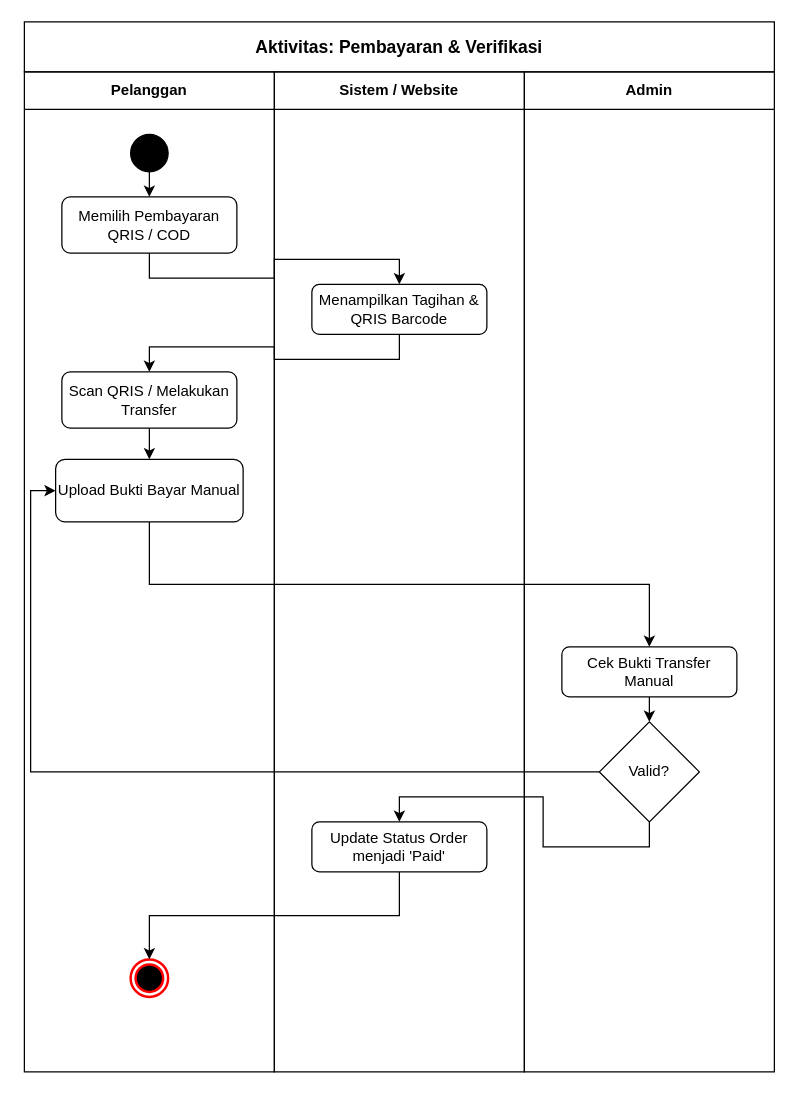
This is page "Activity: Pembayaran" (5 of 9) of diagram-macha/Macha_Diagrams.drawio from FikriBintangx/Macha, a draw.io file, before an edit. Source tidied: cells renumbered, new cells numbered last; positions are measured from the earlier drawing's top-left corner, leaving out a move shared by most shapes. Both pictures are drawn from the tidied source at 125%, with x=0, y=0 at pixel (24, 21).
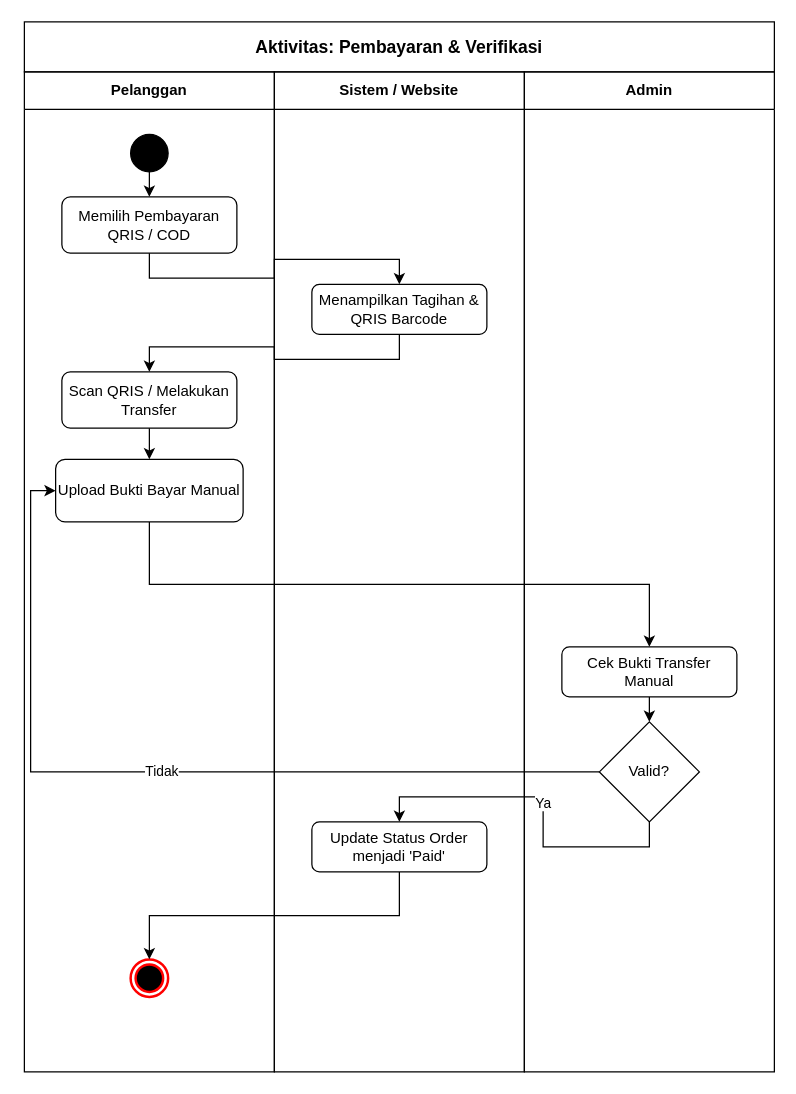
The same page after the edit.

Unchanged cells that the change refers to:
```xml
<mxCell id="9" value="Upload Bukti Bayar Manual" style="rounded=1;whiteSpace=wrap;html=1;strokeColor=light-dark(#000000, #ffffff);fillColor=none;fontColor=light-dark(#000000, #ffffff);" parent="3" vertex="1">
  <mxGeometry x="25" y="310" width="150" height="50" as="geometry" />
</mxCell>
<mxCell id="12" value="Update Status Order menjadi 'Paid'" style="rounded=1;whiteSpace=wrap;html=1;strokeColor=light-dark(#000000, #ffffff);fillColor=none;fontColor=light-dark(#000000, #ffffff);" parent="4" vertex="1">
  <mxGeometry x="30" y="600" width="140" height="40" as="geometry" />
</mxCell>
<mxCell id="14" value="Valid?" style="rhombus;whiteSpace=wrap;html=1;strokeColor=light-dark(#000000, #ffffff);fillColor=none;fontColor=light-dark(#000000, #ffffff);" parent="5" vertex="1">
  <mxGeometry x="60" y="520" width="80" height="80" as="geometry" />
</mxCell>
```

The edit, as a diff of the source:
```diff
@@
-    <mxCell id="21" style="edgeStyle=orthogonalEdgeStyle;rounded=0;jettySize=auto;html=1;strokeColor=light-dark(#000000, #ffffff);fillColor=none;exitX=0.5;exitY=1;entryX=0.5;entryY=0;" parent="1" edge="1" source="14" target="12">
+    <mxCell id="21" value="Ya" style="edgeStyle=orthogonalEdgeStyle;rounded=0;jettySize=auto;html=1;strokeColor=light-dark(#000000, #ffffff);fillColor=none;exitX=0.5;exitY=1;entryX=0.5;entryY=0;" parent="1" edge="1" source="14" target="12">
       <mxGeometry relative="1" as="geometry" />
     </mxCell>
-    <mxCell id="22" style="edgeStyle=orthogonalEdgeStyle;rounded=0;jettySize=auto;html=1;strokeColor=light-dark(#000000, #ffffff);fillColor=none;exitX=0;exitY=0.5;entryX=0;entryY=0.5;" parent="1" edge="1" source="14" target="9">
+    <mxCell id="22" value="Tidak" style="edgeStyle=orthogonalEdgeStyle;rounded=0;jettySize=auto;html=1;strokeColor=light-dark(#000000, #ffffff);fillColor=none;exitX=0;exitY=0.5;entryX=0;entryY=0.5;" parent="1" edge="1" source="14" target="9">
       <mxGeometry relative="1" as="geometry" />
     </mxCell>
```
